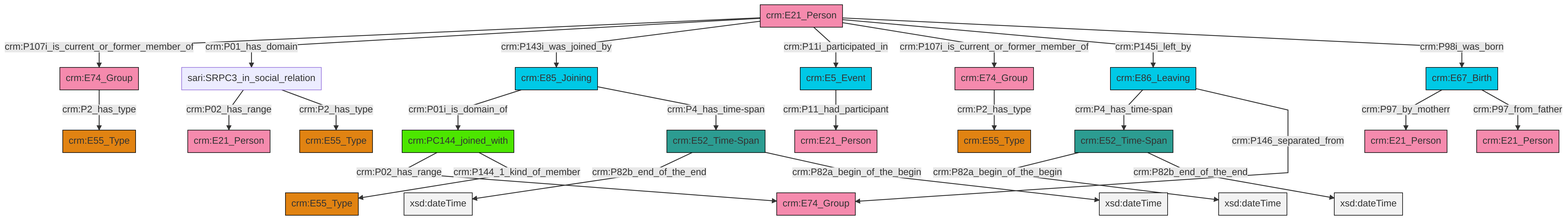
Before: et/personCSV/ttl/mmd/png/Person_Actor_Relations.png, a diagram exported from Mermaid (swiss-art-research-net/docs.swissartresearch). Its source is kept beside it as et/personCSV/ttl/mmd/Person_Actor_Relations.ttl.mmd.
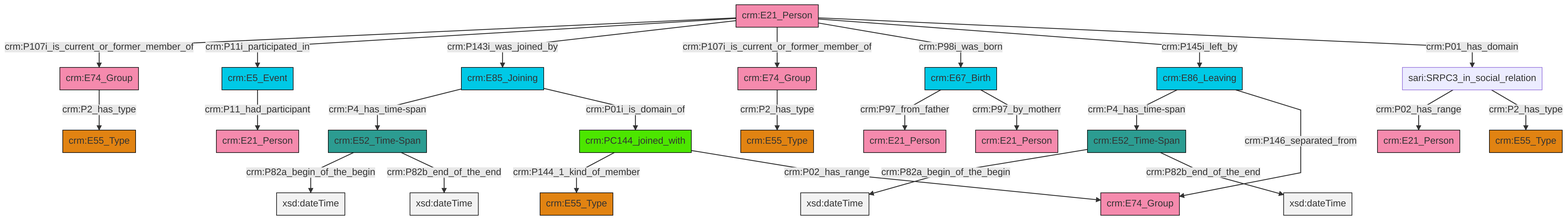
The same file after the commit.

Change to the diagram source:
```diff
@@ -13,27 +13,27 @@
 classDef PC_Classes fill:#4ce600, stroke:#000000;
 classDef Multi fill:#cccccc,stroke:#000000;
 
-0["crm:E21_Person"]:::Actor -->|crm:P107i_is_current_or_former_member_of| 1["crm:E74_Group"]:::Actor
-1["crm:E74_Group"]:::Actor -->|crm:P2_has_type| 2["crm:E55_Type"]:::Type
-5["crm:E86_Leaving"]:::Temporal_Entity -->|crm:P4_has_time-span| 6["crm:E52_Time-Span"]:::Time-Span
-0["crm:E21_Person"]:::Actor -->|crm:P01_has_domain| 7["sari:SRPC3_in_social_relation"]:::Default
-0["crm:E21_Person"]:::Actor -->|crm:P143i_was_joined_by| 11["crm:E85_Joining"]:::Temporal_Entity
-12["crm:PC144_joined_with"]:::PC_Classes -->|crm:P02_has_range| 13["crm:E74_Group"]:::Actor
-14["crm:E74_Group"]:::Actor -->|crm:P2_has_type| 15["crm:E55_Type"]:::Type
-6["crm:E52_Time-Span"]:::Time-Span -->|crm:P82a_begin_of_the_begin| 19[xsd:dateTime]:::Literal
-20["crm:E67_Birth"]:::Temporal_Entity -->|crm:P97_by_motherr| 21["crm:E21_Person"]:::Actor
-0["crm:E21_Person"]:::Actor -->|crm:P11i_participated_in| 27["crm:E5_Event"]:::Temporal_Entity
-27["crm:E5_Event"]:::Temporal_Entity -->|crm:P11_had_participant| 23["crm:E21_Person"]:::Actor
-7["sari:SRPC3_in_social_relation"]:::Default -->|crm:P02_has_range| 33["crm:E21_Person"]:::Actor
-31["crm:E52_Time-Span"]:::Time-Span -->|crm:P82b_end_of_the_end| 34[xsd:dateTime]:::Literal
-11["crm:E85_Joining"]:::Temporal_Entity -->|crm:P01i_is_domain_of| 12["crm:PC144_joined_with"]:::PC_Classes
-0["crm:E21_Person"]:::Actor -->|crm:P107i_is_current_or_former_member_of| 14["crm:E74_Group"]:::Actor
-20["crm:E67_Birth"]:::Temporal_Entity -->|crm:P97_from_father| 3["crm:E21_Person"]:::Actor
-7["sari:SRPC3_in_social_relation"]:::Default -->|crm:P2_has_type| 9["crm:E55_Type"]:::Type
-5["crm:E86_Leaving"]:::Temporal_Entity -->|crm:P146_separated_from| 13["crm:E74_Group"]:::Actor
-0["crm:E21_Person"]:::Actor -->|crm:P145i_left_by| 5["crm:E86_Leaving"]:::Temporal_Entity
-6["crm:E52_Time-Span"]:::Time-Span -->|crm:P82b_end_of_the_end| 40[xsd:dateTime]:::Literal
-11["crm:E85_Joining"]:::Temporal_Entity -->|crm:P4_has_time-span| 31["crm:E52_Time-Span"]:::Time-Span
-0["crm:E21_Person"]:::Actor -->|crm:P98i_was_born| 20["crm:E67_Birth"]:::Temporal_Entity
-12["crm:PC144_joined_with"]:::PC_Classes -->|crm:P144_1_kind_of_member| 16["crm:E55_Type"]:::Type
-31["crm:E52_Time-Span"]:::Time-Span -->|crm:P82a_begin_of_the_begin| 46[xsd:dateTime]:::Literal
+2["crm:E52_Time-Span"]:::Time-Span -->|crm:P82a_begin_of_the_begin| 4[xsd:dateTime]:::Literal
+5["crm:E85_Joining"]:::Temporal_Entity -->|crm:P4_has_time-span| 6["crm:E52_Time-Span"]:::Time-Span
+7["crm:E21_Person"]:::Actor -->|crm:P107i_is_current_or_former_member_of| 8["crm:E74_Group"]:::Actor
+2["crm:E52_Time-Span"]:::Time-Span -->|crm:P82b_end_of_the_end| 9[xsd:dateTime]:::Literal
+10["sari:SRPC3_in_social_relation"]:::Default -->|crm:P02_has_range| 11["crm:E21_Person"]:::Actor
+6["crm:E52_Time-Span"]:::Time-Span -->|crm:P82a_begin_of_the_begin| 12[xsd:dateTime]:::Literal
+6["crm:E52_Time-Span"]:::Time-Span -->|crm:P82b_end_of_the_end| 13[xsd:dateTime]:::Literal
+7["crm:E21_Person"]:::Actor -->|crm:P11i_participated_in| 18["crm:E5_Event"]:::Temporal_Entity
+7["crm:E21_Person"]:::Actor -->|crm:P143i_was_joined_by| 5["crm:E85_Joining"]:::Temporal_Entity
+22["crm:PC144_joined_with"]:::PC_Classes -->|crm:P144_1_kind_of_member| 16["crm:E55_Type"]:::Type
+22["crm:PC144_joined_with"]:::PC_Classes -->|crm:P02_has_range| 27["crm:E74_Group"]:::Actor
+0["crm:E67_Birth"]:::Temporal_Entity -->|crm:P97_from_father| 23["crm:E21_Person"]:::Actor
+7["crm:E21_Person"]:::Actor -->|crm:P107i_is_current_or_former_member_of| 38["crm:E74_Group"]:::Actor
+38["crm:E74_Group"]:::Actor -->|crm:P2_has_type| 20["crm:E55_Type"]:::Type
+8["crm:E74_Group"]:::Actor -->|crm:P2_has_type| 30["crm:E55_Type"]:::Type
+10["sari:SRPC3_in_social_relation"]:::Default -->|crm:P2_has_type| 32["crm:E55_Type"]:::Type
+5["crm:E85_Joining"]:::Temporal_Entity -->|crm:P01i_is_domain_of| 22["crm:PC144_joined_with"]:::PC_Classes
+7["crm:E21_Person"]:::Actor -->|crm:P98i_was_born| 0["crm:E67_Birth"]:::Temporal_Entity
+0["crm:E67_Birth"]:::Temporal_Entity -->|crm:P97_by_motherr| 14["crm:E21_Person"]:::Actor
+7["crm:E21_Person"]:::Actor -->|crm:P145i_left_by| 44["crm:E86_Leaving"]:::Temporal_Entity
+18["crm:E5_Event"]:::Temporal_Entity -->|crm:P11_had_participant| 25["crm:E21_Person"]:::Actor
+44["crm:E86_Leaving"]:::Temporal_Entity -->|crm:P4_has_time-span| 2["crm:E52_Time-Span"]:::Time-Span
+44["crm:E86_Leaving"]:::Temporal_Entity -->|crm:P146_separated_from| 27["crm:E74_Group"]:::Actor
+7["crm:E21_Person"]:::Actor -->|crm:P01_has_domain| 10["sari:SRPC3_in_social_relation"]:::Default
```
